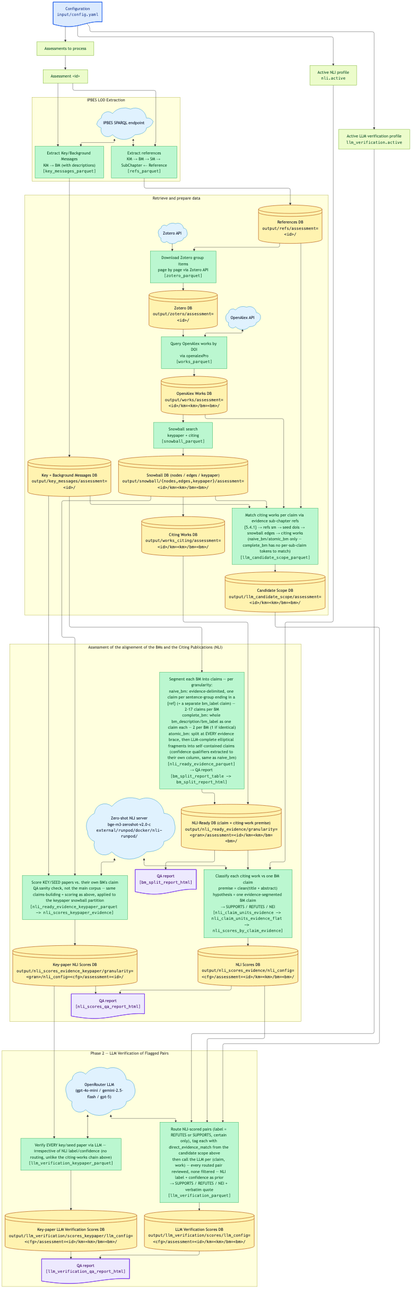
Above: output/figures/workflow_nli.png in IPBES-Data/IPBES_Knowledge_Discovery (Mermaid), before the change. Its source is kept beside it as input/mmd/workflow_nli.mmd.
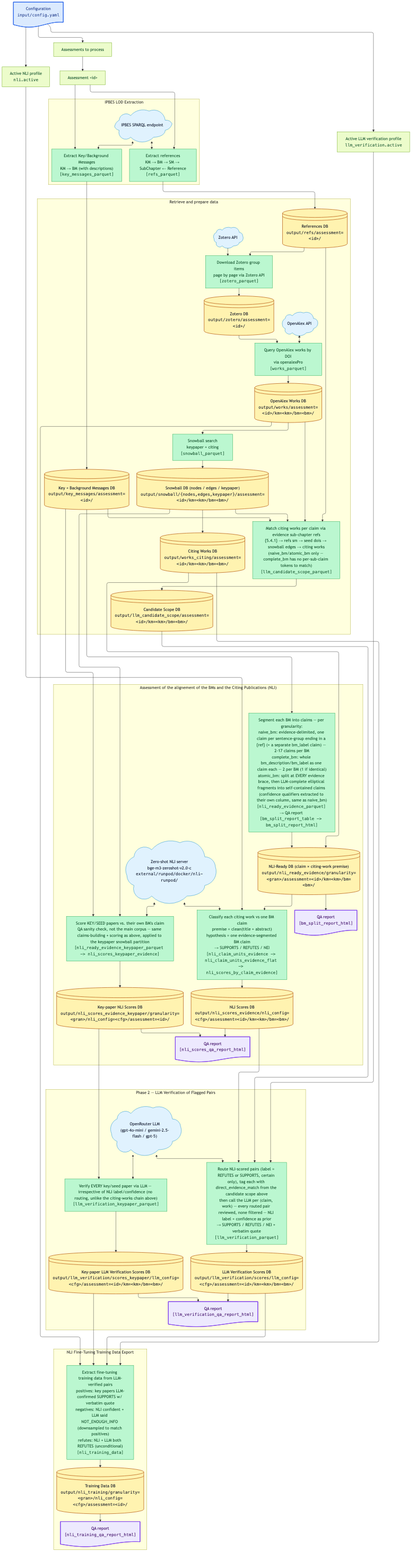
The same diagram one commit later.

Commit message:
Wire NLI fine-tuning training-data export into targets pipeline

Change to the diagram source:
```diff
@@ -131,6 +131,24 @@
 
   nli_assessment --> llm_verification
 
+  subgraph training_export["NLI Fine-Tuning Training Data Export"]
+    direction TB
+
+    training_extract@{ shape: rect, label: "Extract fine-tuning training data from LLM-verified pairs<br/>positives: key papers LLM-confirmed SUPPORTS w/ verbatim quote<br/>negatives: NLI confident + LLM said NOT_ENOUGH_INFO (downsampled to match positives)<br/>refutes: NLI + LLM both REFUTES (unconditional)<br/><tt>[nli_training_data]</tt>" }
+    training_db@{ shape: lin-cyl, label: "Training Data DB<br/><tt>output/nli_training/granularity=&lt;gran&gt;/nli_config=&lt;cfg&gt;/assessment=&lt;id&gt;/</tt>" }
+    qa_training@{ shape: doc, label: "QA report<br/><tt>[nli_training_qa_report_html]</tt>" }
+
+    training_extract --> training_db
+    training_db --> qa_training
+  end
+
+  llm_scores_db --> training_extract
+  llm_scores_kp_db --> training_extract
+  works_db --> training_extract
+  citing_db --> training_extract
+
+  llm_verification --> training_export
+
   classDef input_file  fill:#dbeafe,stroke:#2563eb,color:#1e3a8a,stroke-width:1.5px;
   classDef config      fill:#ecfccb,stroke:#65a30d,color:#14532d,stroke-width:1px;
   classDef database    fill:#fff3b0,stroke:#b45309,color:#111827,stroke-width:1.5px;
@@ -141,10 +159,11 @@
 
   linkStyle 37 stroke:transparent,fill:none;
   linkStyle 49 stroke:transparent,fill:none;
+  linkStyle 56 stroke:transparent,fill:none;
 
   class config_file input_file;
   class assessment_list,assessment_id,nli_active,llm_active config;
-  class citing_db,refs_db,key_messages_db,zotero_db,works_db,nli_ready_db,nli_scores_db,llm_scope_db,llm_scores_db,llm_scores_kp_db,snowball_db,nli_scores_kp_db database;
-  class build_refs,build_key_messages,download_zotero,download_works,snowball,nli_scoring,nli_segment,nli_keypaper_scoring,llm_scope,llm_verify,llm_verify_keypaper processing;
+  class citing_db,refs_db,key_messages_db,zotero_db,works_db,nli_ready_db,nli_scores_db,llm_scope_db,llm_scores_db,llm_scores_kp_db,snowball_db,nli_scores_kp_db,training_db database;
+  class build_refs,build_key_messages,download_zotero,download_works,snowball,nli_scoring,nli_segment,nli_keypaper_scoring,llm_scope,llm_verify,llm_verify_keypaper,training_extract processing;
   class sparql,zotero_api,openalex,nli_server,llm_server helper;
-  class qa_bm_split,qa_nli_scores,qa_llm_verify qa_report;
+  class qa_bm_split,qa_nli_scores,qa_llm_verify,qa_training qa_report;
```
